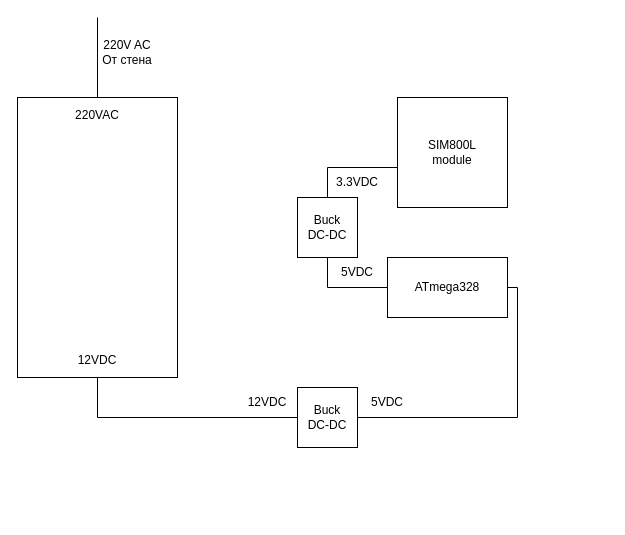
This is Untitled Diagram.drawio from DanielDimitrov123/Smart-Domophone, a draw.io file, before an edit. Source tidied: cells renumbered, new cells numbered last; positions are measured from the earlier drawing's top-left corner, leaving out a move shared by most shapes. Both pictures are drawn from the tidied source at 100%, with x=0, y=0 at pixel (17, 17).
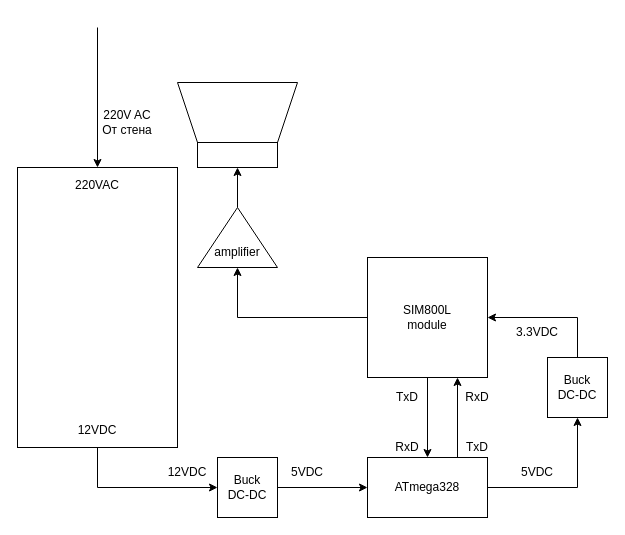
The same diagram, later.

Change to the diagram source:
```diff
@@
+    <mxCell id="11" style="edgeStyle=orthogonalEdgeStyle;rounded=0;jettySize=auto;html=1;exitX=1;exitY=0.5;exitDx=0;exitDy=0;entryX=0.5;entryY=1;entryDx=0;entryDy=0;" parent="1" edge="1" source="2" target="12">
+      <mxGeometry relative="1" as="geometry" />
+    </mxCell>
+    <mxCell id="17" style="edgeStyle=orthogonalEdgeStyle;rounded=0;jettySize=auto;html=1;exitX=0.75;exitY=0;exitDx=0;exitDy=0;entryX=0.75;entryY=1;entryDx=0;entryDy=0;" parent="1" edge="1" source="2" target="16">
+      <mxGeometry relative="1" as="geometry" />
+    </mxCell>
     <mxCell id="2" value="ATmega328" style="rounded=0;whiteSpace=wrap;html=1;rotation=0;" parent="1" vertex="1">
-      <mxGeometry x="370" y="240" width="120" height="60" as="geometry" />
+      <mxGeometry x="350" y="440" width="120" height="60" as="geometry" />
     </mxCell>
+    <mxCell id="18" style="edgeStyle=orthogonalEdgeStyle;rounded=0;jettySize=auto;html=1;exitX=1;exitY=0.5;exitDx=0;exitDy=0;entryX=0;entryY=0.5;entryDx=0;entryDy=0;" parent="1" edge="1" source="3" target="7">
+      <mxGeometry relative="1" as="geometry" />
+    </mxCell>
     <mxCell id="3" value="&lt;div&gt;&lt;br&gt;&lt;/div&gt;220VAC&lt;div&gt;&lt;br&gt;&lt;/div&gt;&lt;div&gt;&lt;br&gt;&lt;/div&gt;&lt;div&gt;&lt;br&gt;&lt;/div&gt;&lt;div&gt;&lt;br&gt;&lt;/div&gt;&lt;div&gt;&lt;br&gt;&lt;/div&gt;&lt;div&gt;&lt;br&gt;&lt;/div&gt;&lt;div&gt;&lt;br&gt;&lt;/div&gt;&lt;div&gt;&lt;br&gt;&lt;/div&gt;&lt;div&gt;&lt;br&gt;&lt;/div&gt;&lt;div&gt;&lt;br&gt;&lt;/div&gt;&lt;div&gt;&lt;br&gt;&lt;/div&gt;&lt;div&gt;&lt;br&gt;&lt;/div&gt;&lt;div&gt;&lt;br&gt;&lt;/div&gt;&lt;div&gt;&lt;br&gt;&lt;/div&gt;&lt;div&gt;&lt;br&gt;&lt;/div&gt;&lt;div&gt;&lt;br&gt;&lt;/div&gt;&lt;div&gt;&lt;div&gt;12VDC&lt;div&gt;&lt;br&gt;&lt;/div&gt;&lt;/div&gt;&lt;/div&gt;" style="rounded=0;whiteSpace=wrap;html=1;direction=south;" parent="1" vertex="1">
-      <mxGeometry y="80" width="160" height="280" as="geometry" />
+      <mxGeometry y="150" width="160" height="280" as="geometry" />
     </mxCell>
-    <mxCell id="4" style="endArrow=none;html=1;rounded=0;entryX=0;entryY=0.5;entryDx=0;entryDy=0;" parent="1" edge="1" target="3">
-      <mxGeometry relative="1" as="geometry">
-        <mxPoint x="80" as="sourcePoint" />
-      </mxGeometry>
-    </mxCell>
     <mxCell id="5" value="220V AC&lt;div&gt;От стена&lt;/div&gt;" style="text;html=1;align=center;verticalAlign=middle;whiteSpace=wrap;rounded=0;" parent="1" vertex="1">
-      <mxGeometry x="80" y="20" width="60" height="30" as="geometry" />
+      <mxGeometry x="80" y="90" width="60" height="30" as="geometry" />
     </mxCell>
-    <mxCell id="6" style="endArrow=none;html=1;rounded=0;entryX=1;entryY=0.5;entryDx=0;entryDy=0;" parent="1" edge="1" target="3">
-      <mxGeometry relative="1" as="geometry">
-        <mxPoint x="280" y="400" as="sourcePoint" />
-        <Array as="points">
-          <mxPoint x="80" y="400" />
-        </Array>
-      </mxGeometry>
-    </mxCell>
-    <mxCell id="7" value="Buck&lt;div&gt;&lt;span style=&quot;background-color: transparent; color: light-dark(rgb(0, 0, 0), rgb(255, 255, 255));&quot;&gt;DC-&lt;/span&gt;&lt;span style=&quot;background-color: transparent; color: light-dark(rgb(0, 0, 0), rgb(255, 255, 255));&quot;&gt;DC&lt;/span&gt;&lt;/div&gt;" style="whiteSpace=wrap;html=1;" parent="1" vertex="1">
-      <mxGeometry x="280" y="370" width="60" height="60" as="geometry" />
-    </mxCell>
     <mxCell id="8" value="12VDC" style="text;html=1;align=center;verticalAlign=middle;whiteSpace=wrap;rounded=0;" parent="1" vertex="1">
-      <mxGeometry x="220" y="370" width="60" height="30" as="geometry" />
+      <mxGeometry x="140" y="440" width="60" height="30" as="geometry" />
     </mxCell>
-    <mxCell id="9" style="endArrow=none;html=1;rounded=0;exitX=1;exitY=0.5;exitDx=0;exitDy=0;entryX=1;entryY=0.5;entryDx=0;entryDy=0;" parent="1" edge="1" source="7" target="2">
-      <mxGeometry relative="1" as="geometry">
-        <Array as="points">
-          <mxPoint x="500" y="400" />
-          <mxPoint x="500" y="270" />
-        </Array>
-      </mxGeometry>
-    </mxCell>
     <mxCell id="10" value="5VDC" style="text;html=1;align=center;verticalAlign=middle;whiteSpace=wrap;rounded=0;" parent="1" vertex="1">
-      <mxGeometry x="340" y="370" width="60" height="30" as="geometry" />
+      <mxGeometry x="260" y="440" width="60" height="30" as="geometry" />
     </mxCell>
-    <mxCell id="11" style="endArrow=none;html=1;rounded=0;exitX=0;exitY=0.5;exitDx=0;exitDy=0;entryX=0.5;entryY=1;entryDx=0;entryDy=0;" parent="1" edge="1" source="2" target="12">
-      <mxGeometry relative="1" as="geometry">
-        <Array as="points">
-          <mxPoint x="310" y="270" />
-        </Array>
-      </mxGeometry>
-    </mxCell>
+    <mxCell id="19" style="edgeStyle=orthogonalEdgeStyle;rounded=0;jettySize=auto;html=1;exitX=0.5;exitY=0;exitDx=0;exitDy=0;entryX=1;entryY=0.5;entryDx=0;entryDy=0;" parent="1" edge="1" source="12" target="16">
+      <mxGeometry relative="1" as="geometry" />
+    </mxCell>
     <mxCell id="12" value="Buck&lt;div&gt;DC-DC&lt;/div&gt;" style="whiteSpace=wrap;html=1;" parent="1" vertex="1">
-      <mxGeometry x="280" y="180" width="60" height="60" as="geometry" />
+      <mxGeometry x="530" y="340" width="60" height="60" as="geometry" />
     </mxCell>
     <mxCell id="13" value="5VDC" style="text;html=1;align=center;verticalAlign=middle;whiteSpace=wrap;rounded=0;" parent="1" vertex="1">
-      <mxGeometry x="310" y="240" width="60" height="30" as="geometry" />
+      <mxGeometry x="490" y="440" width="60" height="30" as="geometry" />
     </mxCell>
-    <mxCell id="14" style="endArrow=none;html=1;rounded=0;exitX=0.5;exitY=0;exitDx=0;exitDy=0;" parent="1" edge="1" source="12">
-      <mxGeometry relative="1" as="geometry">
-        <mxPoint x="380" y="150" as="targetPoint" />
-        <Array as="points">
-          <mxPoint x="310" y="150" />
-        </Array>
-      </mxGeometry>
-    </mxCell>
-    <mxCell id="15" value="3.3VDC" style="text;html=1;align=center;verticalAlign=middle;whiteSpace=wrap;rounded=0;" parent="1" vertex="1">
-      <mxGeometry x="310" y="150" width="60" height="30" as="geometry" />
-    </mxCell>
+    <mxCell id="20" style="edgeStyle=orthogonalEdgeStyle;rounded=0;jettySize=auto;html=1;exitX=0.5;exitY=1;exitDx=0;exitDy=0;entryX=0.5;entryY=0;entryDx=0;entryDy=0;" parent="1" edge="1" source="16" target="2">
+      <mxGeometry relative="1" as="geometry" />
+    </mxCell>
     <mxCell id="16" value="SIM800L&lt;div&gt;module&lt;/div&gt;" style="whiteSpace=wrap;html=1;" parent="1" vertex="1">
-      <mxGeometry x="380" y="80" width="110" height="110" as="geometry" />
+      <mxGeometry x="350" y="240" width="120" height="120" as="geometry" />
     </mxCell>
+    <mxCell id="21" style="shape=trapezoid;perimeter=trapezoidPerimeter;whiteSpace=wrap;html=1;fixedSize=1;direction=west;" parent="1" vertex="1">
+      <mxGeometry x="160" y="65" width="120" height="60" as="geometry" />
+    </mxCell>
+    <mxCell id="22" style="rounded=0;whiteSpace=wrap;html=1;" parent="1" vertex="1">
+      <mxGeometry x="180" y="125" width="80" height="25" as="geometry" />
+    </mxCell>
+    <mxCell id="23" style="edgeStyle=orthogonalEdgeStyle;rounded=0;jettySize=auto;html=1;exitX=1;exitY=0.5;exitDx=0;exitDy=0;entryX=0.5;entryY=1;entryDx=0;entryDy=0;" parent="1" edge="1" source="24" target="22">
+      <mxGeometry relative="1" as="geometry" />
+    </mxCell>
+    <mxCell id="24" value="&lt;div&gt;&lt;br&gt;&lt;/div&gt;&lt;div&gt;&lt;br&gt;&lt;/div&gt;amplifier" style="triangle;whiteSpace=wrap;html=1;direction=north;" parent="1" vertex="1">
+      <mxGeometry x="180" y="190" width="80" height="60" as="geometry" />
+    </mxCell>
+    <mxCell id="9" style="edgeStyle=orthogonalEdgeStyle;rounded=0;jettySize=auto;html=1;exitX=1;exitY=0.5;exitDx=0;exitDy=0;entryX=0;entryY=0.5;entryDx=0;entryDy=0;" parent="1" edge="1" source="7" target="2">
+      <mxGeometry relative="1" as="geometry" />
+    </mxCell>
+    <mxCell id="7" value="Buck&lt;div&gt;&lt;span style=&quot;background-color: transparent; color: light-dark(rgb(0, 0, 0), rgb(255, 255, 255));&quot;&gt;DC-&lt;/span&gt;&lt;span style=&quot;background-color: transparent; color: light-dark(rgb(0, 0, 0), rgb(255, 255, 255));&quot;&gt;DC&lt;/span&gt;&lt;/div&gt;" style="whiteSpace=wrap;html=1;" parent="1" vertex="1">
+      <mxGeometry x="200" y="440" width="60" height="60" as="geometry" />
+    </mxCell>
+    <mxCell id="25" value="3.3V&lt;span style=&quot;background-color: transparent; color: light-dark(rgb(0, 0, 0), rgb(255, 255, 255));&quot;&gt;DC&lt;/span&gt;" style="text;html=1;align=center;verticalAlign=middle;whiteSpace=wrap;rounded=0;" parent="1" vertex="1">
+      <mxGeometry x="490" y="300" width="60" height="30" as="geometry" />
+    </mxCell>
+    <mxCell id="26" value="TxD" style="text;html=1;align=center;verticalAlign=middle;whiteSpace=wrap;rounded=0;" parent="1" vertex="1">
+      <mxGeometry x="440" y="420" width="40" height="20" as="geometry" />
+    </mxCell>
+    <mxCell id="27" value="RxD" style="text;html=1;align=center;verticalAlign=middle;whiteSpace=wrap;rounded=0;" parent="1" vertex="1">
+      <mxGeometry x="370" y="420" width="40" height="20" as="geometry" />
+    </mxCell>
+    <mxCell id="28" value="RxD" style="text;html=1;align=center;verticalAlign=middle;whiteSpace=wrap;rounded=0;" parent="1" vertex="1">
+      <mxGeometry x="440" y="370" width="40" height="20" as="geometry" />
+    </mxCell>
+    <mxCell id="29" value="TxD" style="text;html=1;align=center;verticalAlign=middle;whiteSpace=wrap;rounded=0;" parent="1" vertex="1">
+      <mxGeometry x="370" y="370" width="40" height="20" as="geometry" />
+    </mxCell>
+    <mxCell id="30" style="endArrow=classic;html=1;rounded=0;entryX=0;entryY=0.5;entryDx=0;entryDy=0;" parent="1" edge="1" target="3">
+      <mxGeometry relative="1" as="geometry">
+        <mxPoint x="80" y="10" as="sourcePoint" />
+      </mxGeometry>
+    </mxCell>
+    <mxCell id="31" style="endArrow=classic;html=1;rounded=0;exitX=0;exitY=0.5;exitDx=0;exitDy=0;entryX=0;entryY=0.5;entryDx=0;entryDy=0;" parent="1" edge="1" source="16" target="24">
+      <mxGeometry relative="1" as="geometry">
+        <Array as="points">
+          <mxPoint x="220" y="300" />
+        </Array>
+      </mxGeometry>
+    </mxCell>
```
